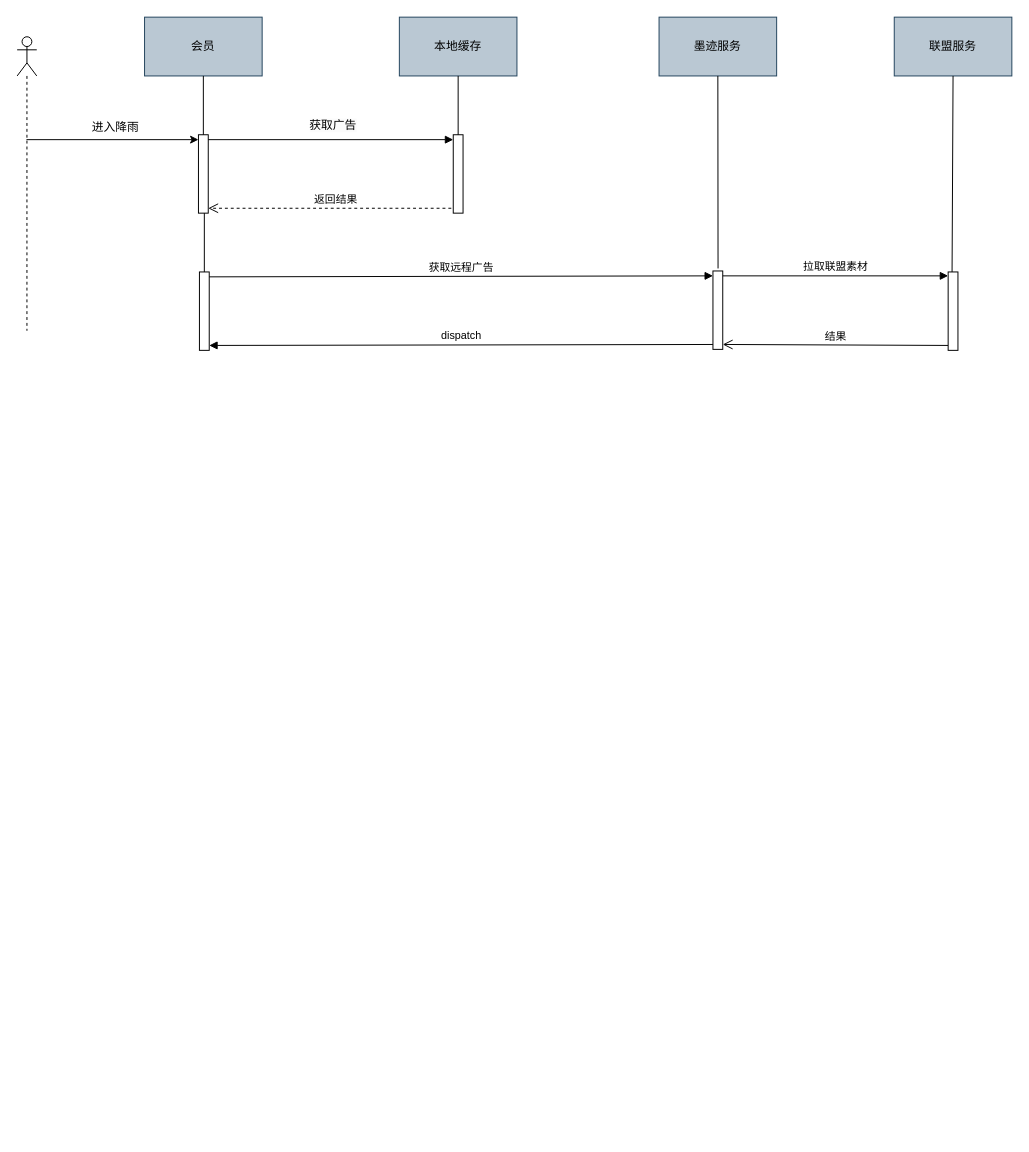
HengqianSong/drawIO keeps this draw.io diagram as moji/激励视频获得会员时序图.drawio. Above is the earlier version. Source tidied: cells renumbered, new cells numbered last; positions are measured from the earlier drawing's top-left corner, leaving out a move shared by most shapes. Both pictures are drawn from the tidied source at 98%, with x=0, y=0 at pixel (17, 17).
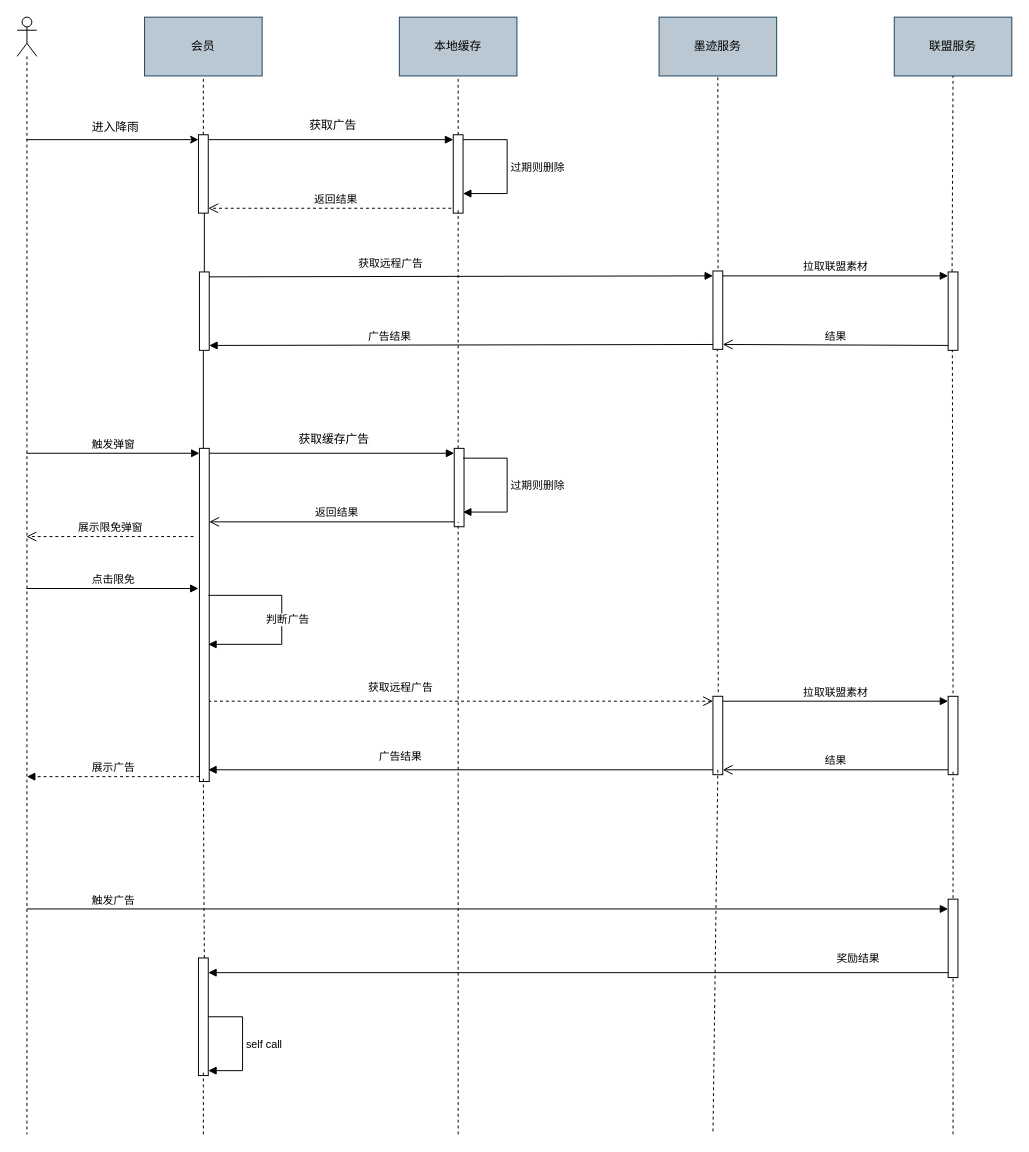
After the change.

Commit message:
更新激励视频获得会员时序图.drawio

The change refers to these unchanged cells:
```xml
<mxCell id="3" value="会员" style="rounded=0;whiteSpace=wrap;html=1;fillColor=#bac8d3;strokeColor=#23445d;" parent="1" vertex="1">
  <mxGeometry x="130" width="120" height="60" as="geometry" />
</mxCell>
<mxCell id="4" value="本地缓存" style="rounded=0;whiteSpace=wrap;html=1;fillColor=#bac8d3;strokeColor=#23445d;" parent="1" vertex="1">
  <mxGeometry x="390" width="120" height="60" as="geometry" />
</mxCell>
<mxCell id="5" value="墨迹服务" style="rounded=0;whiteSpace=wrap;html=1;fillColor=#bac8d3;strokeColor=#23445d;" parent="1" vertex="1">
  <mxGeometry x="655" width="120" height="60" as="geometry" />
</mxCell>
<mxCell id="6" value="联盟服务" style="rounded=0;whiteSpace=wrap;html=1;fillColor=#bac8d3;strokeColor=#23445d;" parent="1" vertex="1">
  <mxGeometry x="895" width="120" height="60" as="geometry" />
</mxCell>
<mxCell id="7" style="html=1;points=[[0,0,0,0,5],[0,1,0,0,-5],[1,0,0,0,5],[1,1,0,0,-5]];perimeter=orthogonalPerimeter;outlineConnect=0;targetShapes=umlLifeline;portConstraint=eastwest;newEdgeStyle={&quot;curved&quot;:0,&quot;rounded&quot;:0};" parent="1" vertex="1">
  <mxGeometry x="185" y="120" width="10" height="80" as="geometry" />
</mxCell>
<mxCell id="12" style="html=1;points=[[0,0,0,0,5],[0,1,0,0,-5],[1,0,0,0,5],[1,1,0,0,-5]];perimeter=orthogonalPerimeter;outlineConnect=0;targetShapes=umlLifeline;portConstraint=eastwest;newEdgeStyle={&quot;curved&quot;:0,&quot;rounded&quot;:0};" parent="1" vertex="1">
  <mxGeometry x="445" y="120" width="10" height="80" as="geometry" />
</mxCell>
<mxCell id="14" style="html=1;points=[[0,0,0,0,5],[0,1,0,0,-5],[1,0,0,0,5],[1,1,0,0,-5]];perimeter=orthogonalPerimeter;outlineConnect=0;targetShapes=umlLifeline;portConstraint=eastwest;newEdgeStyle={&quot;curved&quot;:0,&quot;rounded&quot;:0};" parent="1" vertex="1">
  <mxGeometry x="186" y="260" width="10" height="80" as="geometry" />
</mxCell>
<mxCell id="17" style="html=1;points=[[0,0,0,0,5],[0,1,0,0,-5],[1,0,0,0,5],[1,1,0,0,-5]];perimeter=orthogonalPerimeter;outlineConnect=0;targetShapes=umlLifeline;portConstraint=eastwest;newEdgeStyle={&quot;curved&quot;:0,&quot;rounded&quot;:0};" parent="1" vertex="1">
  <mxGeometry x="710" y="259" width="10" height="80" as="geometry" />
</mxCell>
```

Diff of the diagram source:
```diff
@@
     <mxCell id="2" style="shape=umlLifeline;perimeter=lifelinePerimeter;whiteSpace=wrap;html=1;outlineConnect=0;portConstraint=eastwest;newEdgeStyle={&quot;curved&quot;:0,&quot;rounded&quot;:0};participant=umlActor;" parent="1" vertex="1">
-      <mxGeometry y="20" width="20" height="300" as="geometry" />
+      <mxGeometry width="20" height="1140" as="geometry" />
     </mxCell>
@@
-    <mxCell id="11" style="endArrow=none;html=1;rounded=0;entryX=0.5;entryY=1;entryDx=0;entryDy=0;" parent="1" edge="1" source="7" target="3">
+    <mxCell id="11" style="endArrow=none;html=1;rounded=0;entryX=0.5;entryY=1;entryDx=0;entryDy=0;dashed=1;" parent="1" edge="1" source="7" target="3">
       <mxGeometry relative="1" as="geometry" />
     </mxCell>
@@
-    <mxCell id="13" style="endArrow=none;html=1;rounded=0;" parent="1" edge="1" source="12" target="4">
+    <mxCell id="13" style="endArrow=none;html=1;rounded=0;dashed=1;" parent="1" edge="1" source="12" target="4">
       <mxGeometry relative="1" as="geometry" />
     </mxCell>
@@
     <mxCell id="15" value="获取远程广告" style="html=1;verticalAlign=bottom;endArrow=block;curved=0;rounded=0;exitX=1;exitY=0;exitDx=0;exitDy=5;entryX=0;entryY=0;entryDx=0;entryDy=5;entryPerimeter=0;" parent="1" edge="1" source="14" target="17">
-      <mxGeometry relative="1" as="geometry" />
+      <mxGeometry x="-0.28" y="5" relative="1" as="geometry" />
     </mxCell>
@@
-    <mxCell id="20" value="dispatch" style="html=1;verticalAlign=bottom;endArrow=block;curved=0;rounded=0;entryX=1;entryY=1;entryDx=0;entryDy=-5;entryPerimeter=0;exitX=0;exitY=1;exitDx=0;exitDy=-5;exitPerimeter=0;" parent="1" edge="1" source="17" target="14">
-      <mxGeometry relative="1" as="geometry" />
+    <mxCell id="20" value="广告结果" style="html=1;verticalAlign=bottom;endArrow=block;curved=0;rounded=0;entryX=1;entryY=1;entryDx=0;entryDy=-5;entryPerimeter=0;exitX=0;exitY=1;exitDx=0;exitDy=-5;exitPerimeter=0;" parent="1" edge="1" source="17" target="14">
+      <mxGeometry x="0.28" relative="1" as="geometry">
+        <mxPoint x="-1" as="offset" />
+      </mxGeometry>
     </mxCell>
-    <mxCell id="21" style="endArrow=none;html=1;rounded=0;entryX=0.5;entryY=1;entryDx=0;entryDy=0;exitX=0.521;exitY=-0.032;exitDx=0;exitDy=0;exitPerimeter=0;" parent="1" edge="1" source="17" target="5">
+    <mxCell id="21" style="endArrow=none;html=1;rounded=0;entryX=0.5;entryY=1;entryDx=0;entryDy=0;exitX=0.521;exitY=-0.032;exitDx=0;exitDy=0;exitPerimeter=0;dashed=1;" parent="1" edge="1" source="17" target="5">
       <mxGeometry relative="1" as="geometry" />
     </mxCell>
@@
-    <mxCell id="23" style="endArrow=none;html=1;rounded=0;entryX=0.5;entryY=1;entryDx=0;entryDy=0;" parent="1" edge="1" target="6">
+    <mxCell id="23" style="endArrow=none;html=1;rounded=0;entryX=0.5;entryY=1;entryDx=0;entryDy=0;dashed=1;" parent="1" edge="1" target="6">
       <mxGeometry relative="1" as="geometry">
         <mxPoint x="954" y="260" as="sourcePoint" />
       </mxGeometry>
     </mxCell>
@@
+    <mxCell id="26" style="html=1;points=[[0,0,0,0,5],[0,1,0,0,-5],[1,0,0,0,5],[1,1,0,0,-5]];perimeter=orthogonalPerimeter;outlineConnect=0;targetShapes=umlLifeline;portConstraint=eastwest;newEdgeStyle={&quot;curved&quot;:0,&quot;rounded&quot;:0};" parent="1" vertex="1">
+      <mxGeometry x="710" y="693" width="10" height="80" as="geometry" />
+    </mxCell>
+    <mxCell id="27" value="触发弹窗" style="html=1;verticalAlign=bottom;endArrow=block;curved=0;rounded=0;entryX=0;entryY=0;entryDx=0;entryDy=5;entryPerimeter=0;" parent="1" edge="1" source="2" target="29">
+      <mxGeometry relative="1" as="geometry" />
+    </mxCell>
+    <mxCell id="28" value="获取远程广告" style="html=1;verticalAlign=bottom;endArrow=open;endSize=8;curved=0;rounded=0;entryX=0;entryY=0;entryDx=0;entryDy=5;entryPerimeter=0;dashed=1;" parent="1" edge="1" target="26">
+      <mxGeometry x="-0.24" y="5" relative="1" as="geometry">
+        <mxPoint x="195" y="698" as="sourcePoint" />
+      </mxGeometry>
+    </mxCell>
+    <mxCell id="29" style="html=1;points=[[0,0,0,0,5],[0,1,0,0,-5],[1,0,0,0,5],[1,1,0,0,-5]];perimeter=orthogonalPerimeter;outlineConnect=0;targetShapes=umlLifeline;portConstraint=eastwest;newEdgeStyle={&quot;curved&quot;:0,&quot;rounded&quot;:0};" parent="1" vertex="1">
+      <mxGeometry x="186" y="440" width="10" height="340" as="geometry" />
+    </mxCell>
+    <mxCell id="30" style="endArrow=none;html=1;rounded=0;" parent="1" edge="1" source="29">
+      <mxGeometry relative="1" as="geometry">
+        <mxPoint x="190" y="340" as="targetPoint" />
+      </mxGeometry>
+    </mxCell>
+    <mxCell id="31" value="展示限免弹窗" style="html=1;verticalAlign=bottom;endArrow=open;dashed=1;endSize=8;curved=0;rounded=0;" parent="1" edge="1" target="2">
+      <mxGeometry relative="1" as="geometry">
+        <mxPoint x="180" y="530" as="sourcePoint" />
+      </mxGeometry>
+    </mxCell>
+    <mxCell id="32" value="拉取联盟素材" style="html=1;verticalAlign=bottom;endArrow=block;curved=0;rounded=0;exitX=1;exitY=0;exitDx=0;exitDy=5;exitPerimeter=0;" parent="1" edge="1" source="26" target="34">
+      <mxGeometry relative="1" as="geometry" />
+    </mxCell>
+    <mxCell id="33" value="结果" style="html=1;verticalAlign=bottom;endArrow=open;endSize=8;curved=0;rounded=0;exitX=0;exitY=1;exitDx=0;exitDy=-5;entryX=1;entryY=1;entryDx=0;entryDy=-5;exitPerimeter=0;entryPerimeter=0;" parent="1" edge="1" source="34" target="26">
+      <mxGeometry relative="1" as="geometry" />
+    </mxCell>
+    <mxCell id="34" style="html=1;points=[[0,0,0,0,5],[0,1,0,0,-5],[1,0,0,0,5],[1,1,0,0,-5]];perimeter=orthogonalPerimeter;outlineConnect=0;targetShapes=umlLifeline;portConstraint=eastwest;newEdgeStyle={&quot;curved&quot;:0,&quot;rounded&quot;:0};" parent="1" vertex="1">
+      <mxGeometry x="950" y="693" width="10" height="80" as="geometry" />
+    </mxCell>
+    <mxCell id="35" value="广告结果" style="html=1;verticalAlign=bottom;endArrow=block;curved=0;rounded=0;exitX=0;exitY=1;exitDx=0;exitDy=-5;exitPerimeter=0;entryX=1;entryY=1;entryDx=0;entryDy=-5;entryPerimeter=0;" parent="1" edge="1" source="26">
+      <mxGeometry x="0.24" y="-5" relative="1" as="geometry">
+        <mxPoint x="195" y="768" as="targetPoint" />
+      </mxGeometry>
+    </mxCell>
+    <mxCell id="36" style="html=1;align=left;spacingLeft=2;endArrow=block;rounded=0;edgeStyle=orthogonalEdgeStyle;curved=0;rounded=0;" parent="1" edge="1">
+      <mxGeometry x="0.5" y="-20" relative="1" as="geometry">
+        <mxPoint x="195" y="590" as="sourcePoint" />
+        <mxPoint x="195" y="640" as="targetPoint" />
+        <Array as="points">
+          <mxPoint x="270" y="590" />
+          <mxPoint x="270" y="640" />
+        </Array>
+      </mxGeometry>
+    </mxCell>
+    <mxCell id="37" value="判断广告" style="edgeLabel;html=1;align=center;verticalAlign=middle;" parent="36" vertex="1">
+      <mxGeometry x="-0.01" y="5" relative="1" as="geometry" />
+    </mxCell>
+    <mxCell id="38" value="点击限免" style="html=1;verticalAlign=bottom;endArrow=block;curved=0;rounded=0;entryX=0;entryY=0;entryDx=0;entryDy=5;entryPerimeter=0;" parent="1" edge="1" source="2">
+      <mxGeometry relative="1" as="geometry">
+        <mxPoint x="185" y="583" as="targetPoint" />
+      </mxGeometry>
+    </mxCell>
+    <mxCell id="39" value="展示广告" style="html=1;verticalAlign=bottom;endArrow=block;curved=0;rounded=0;exitX=0;exitY=1;exitDx=0;exitDy=-5;exitPerimeter=0;dashed=1;" parent="1" edge="1" source="29">
+      <mxGeometry relative="1" as="geometry">
+        <mxPoint x="10" y="775" as="targetPoint" />
+      </mxGeometry>
+    </mxCell>
+    <mxCell id="40" style="html=1;verticalAlign=bottom;endArrow=block;curved=0;rounded=0;entryX=0;entryY=0;entryDx=0;entryDy=5;exitX=1;exitY=0;exitDx=0;exitDy=5;entryPerimeter=0;" parent="1" edge="1" target="43">
+      <mxGeometry relative="1" as="geometry">
+        <mxPoint x="196" y="445" as="sourcePoint" />
+      </mxGeometry>
+    </mxCell>
+    <mxCell id="41" value="&lt;span style=&quot;font-size: 12px; background-color: rgb(251, 251, 251);&quot;&gt;获取缓存广告&lt;/span&gt;" style="edgeLabel;html=1;align=center;verticalAlign=middle;" parent="40" vertex="1">
+      <mxGeometry x="0.01" y="-2" relative="1" as="geometry">
+        <mxPoint y="-17" as="offset" />
+      </mxGeometry>
+    </mxCell>
+    <mxCell id="42" value="返回结果" style="html=1;verticalAlign=bottom;endArrow=open;endSize=8;curved=0;rounded=0;exitX=1;exitY=1;exitDx=0;exitDy=-5;entryX=1;entryY=1;entryDx=0;entryDy=-5;exitPerimeter=0;" parent="1" edge="1" source="43">
+      <mxGeometry relative="1" as="geometry">
+        <mxPoint x="196" y="515" as="targetPoint" />
+      </mxGeometry>
+    </mxCell>
+    <mxCell id="43" style="html=1;points=[[0,0,0,0,5],[0,1,0,0,-5],[1,0,0,0,5],[1,1,0,0,-5]];perimeter=orthogonalPerimeter;outlineConnect=0;targetShapes=umlLifeline;portConstraint=eastwest;newEdgeStyle={&quot;curved&quot;:0,&quot;rounded&quot;:0};" parent="1" vertex="1">
+      <mxGeometry x="446" y="440" width="10" height="80" as="geometry" />
+    </mxCell>
+    <mxCell id="44" value="过期则删除" style="html=1;align=left;spacingLeft=2;endArrow=block;rounded=0;edgeStyle=orthogonalEdgeStyle;curved=0;rounded=0;exitX=1;exitY=0;exitDx=0;exitDy=5;exitPerimeter=0;" parent="1" edge="1" source="12" target="12">
+      <mxGeometry relative="1" as="geometry">
+        <Array as="points">
+          <mxPoint x="500" y="125" />
+          <mxPoint x="500" y="180" />
+        </Array>
+      </mxGeometry>
+    </mxCell>
+    <mxCell id="45" value="过期则删除" style="html=1;align=left;spacingLeft=2;endArrow=block;rounded=0;edgeStyle=orthogonalEdgeStyle;curved=0;rounded=0;exitX=1;exitY=0;exitDx=0;exitDy=5;exitPerimeter=0;" parent="1" edge="1">
+      <mxGeometry relative="1" as="geometry">
+        <mxPoint x="455" y="450" as="sourcePoint" />
+        <mxPoint x="455" y="505" as="targetPoint" />
+        <Array as="points">
+          <mxPoint x="500" y="450" />
+          <mxPoint x="500" y="505" />
+        </Array>
+      </mxGeometry>
+    </mxCell>
+    <mxCell id="46" value="触发广告" style="html=1;verticalAlign=bottom;endArrow=block;curved=0;rounded=0;" parent="1" edge="1" target="47">
+      <mxGeometry x="-0.81" relative="1" as="geometry">
+        <mxPoint x="10" y="910" as="sourcePoint" />
+        <mxPoint x="-1" as="offset" />
+      </mxGeometry>
+    </mxCell>
+    <mxCell id="47" style="html=1;points=[[0,0,0,0,5],[0,1,0,0,-5],[1,0,0,0,5],[1,1,0,0,-5]];perimeter=orthogonalPerimeter;outlineConnect=0;targetShapes=umlLifeline;portConstraint=eastwest;newEdgeStyle={&quot;curved&quot;:0,&quot;rounded&quot;:0};" parent="1" vertex="1">
+      <mxGeometry x="950" y="900" width="10" height="80" as="geometry" />
+    </mxCell>
+    <mxCell id="48" style="html=1;points=[[0,0,0,0,5],[0,1,0,0,-5],[1,0,0,0,5],[1,1,0,0,-5]];perimeter=orthogonalPerimeter;outlineConnect=0;targetShapes=umlLifeline;portConstraint=eastwest;newEdgeStyle={&quot;curved&quot;:0,&quot;rounded&quot;:0};" parent="1" vertex="1">
+      <mxGeometry x="185" y="960" width="10" height="120" as="geometry" />
+    </mxCell>
+    <mxCell id="49" value="奖励结果" style="html=1;verticalAlign=bottom;endArrow=block;curved=0;rounded=0;exitX=0;exitY=1;exitDx=0;exitDy=-5;exitPerimeter=0;" parent="1" edge="1" source="47" target="48">
+      <mxGeometry x="-0.76" y="-5" relative="1" as="geometry">
+        <mxPoint x="-1" as="offset" />
+      </mxGeometry>
+    </mxCell>
+    <mxCell id="50" value="self call" style="html=1;align=left;spacingLeft=2;endArrow=block;rounded=0;edgeStyle=orthogonalEdgeStyle;curved=0;rounded=0;entryX=1;entryY=1;entryDx=0;entryDy=-5;entryPerimeter=0;" parent="1" edge="1" source="48" target="48">
+      <mxGeometry relative="1" as="geometry">
+        <Array as="points">
+          <mxPoint x="230" y="1020" />
+          <mxPoint x="230" y="1075" />
+        </Array>
+      </mxGeometry>
+    </mxCell>
+    <mxCell id="51" style="endArrow=none;html=1;rounded=0;dashed=1;" parent="1" edge="1">
+      <mxGeometry relative="1" as="geometry">
+        <mxPoint x="191" y="960" as="sourcePoint" />
+        <mxPoint x="190" y="775" as="targetPoint" />
+      </mxGeometry>
+    </mxCell>
+    <mxCell id="52" style="endArrow=none;html=1;rounded=0;dashed=1;" parent="1" edge="1">
+      <mxGeometry relative="1" as="geometry">
+        <mxPoint x="450" y="440" as="sourcePoint" />
+        <mxPoint x="450" y="195" as="targetPoint" />
+      </mxGeometry>
+    </mxCell>
+    <mxCell id="53" style="endArrow=none;html=1;rounded=0;dashed=1;" parent="1" edge="1">
+      <mxGeometry relative="1" as="geometry">
+        <mxPoint x="450" y="1140" as="sourcePoint" />
+        <mxPoint x="450" y="515" as="targetPoint" />
+      </mxGeometry>
+    </mxCell>
+    <mxCell id="54" style="endArrow=none;html=1;rounded=0;entryX=0.5;entryY=1;entryDx=0;entryDy=0;exitX=0.543;exitY=-0.052;exitDx=0;exitDy=0;exitPerimeter=0;dashed=1;" parent="1" edge="1" source="26">
+      <mxGeometry relative="1" as="geometry">
+        <mxPoint x="714.3" y="339" as="targetPoint" />
+      </mxGeometry>
+    </mxCell>
+    <mxCell id="55" style="endArrow=none;html=1;rounded=0;dashed=1;entryX=0;entryY=1;entryDx=0;entryDy=-5;entryPerimeter=0;" parent="1" edge="1">
+      <mxGeometry relative="1" as="geometry">
+        <mxPoint x="190" y="1140" as="sourcePoint" />
+        <mxPoint x="190" y="1075" as="targetPoint" />
+      </mxGeometry>
+    </mxCell>
+    <mxCell id="56" style="endArrow=none;html=1;rounded=0;dashed=1;" parent="1" edge="1">
+      <mxGeometry relative="1" as="geometry">
+        <mxPoint x="715" y="768" as="sourcePoint" />
+        <mxPoint x="710" y="1140" as="targetPoint" />
+      </mxGeometry>
+    </mxCell>
+    <mxCell id="57" style="endArrow=none;html=1;rounded=0;entryX=0.5;entryY=1;entryDx=0;entryDy=0;exitX=0.543;exitY=-0.052;exitDx=0;exitDy=0;exitPerimeter=0;dashed=1;" parent="1" edge="1">
+      <mxGeometry relative="1" as="geometry">
+        <mxPoint x="955" y="690" as="sourcePoint" />
+        <mxPoint x="954.3" y="340" as="targetPoint" />
+      </mxGeometry>
+    </mxCell>
+    <mxCell id="58" style="endArrow=none;html=1;rounded=0;dashed=1;" parent="1" edge="1">
+      <mxGeometry relative="1" as="geometry">
+        <mxPoint x="955" y="770" as="sourcePoint" />
+        <mxPoint x="955" y="900" as="targetPoint" />
+      </mxGeometry>
+    </mxCell>
+    <mxCell id="59" style="endArrow=none;html=1;rounded=0;dashed=1;entryX=0;entryY=1;entryDx=0;entryDy=-5;entryPerimeter=0;" parent="1" edge="1">
+      <mxGeometry relative="1" as="geometry">
+        <mxPoint x="955" y="1140" as="sourcePoint" />
+        <mxPoint x="955" y="979" as="targetPoint" />
+      </mxGeometry>
+    </mxCell>
```
